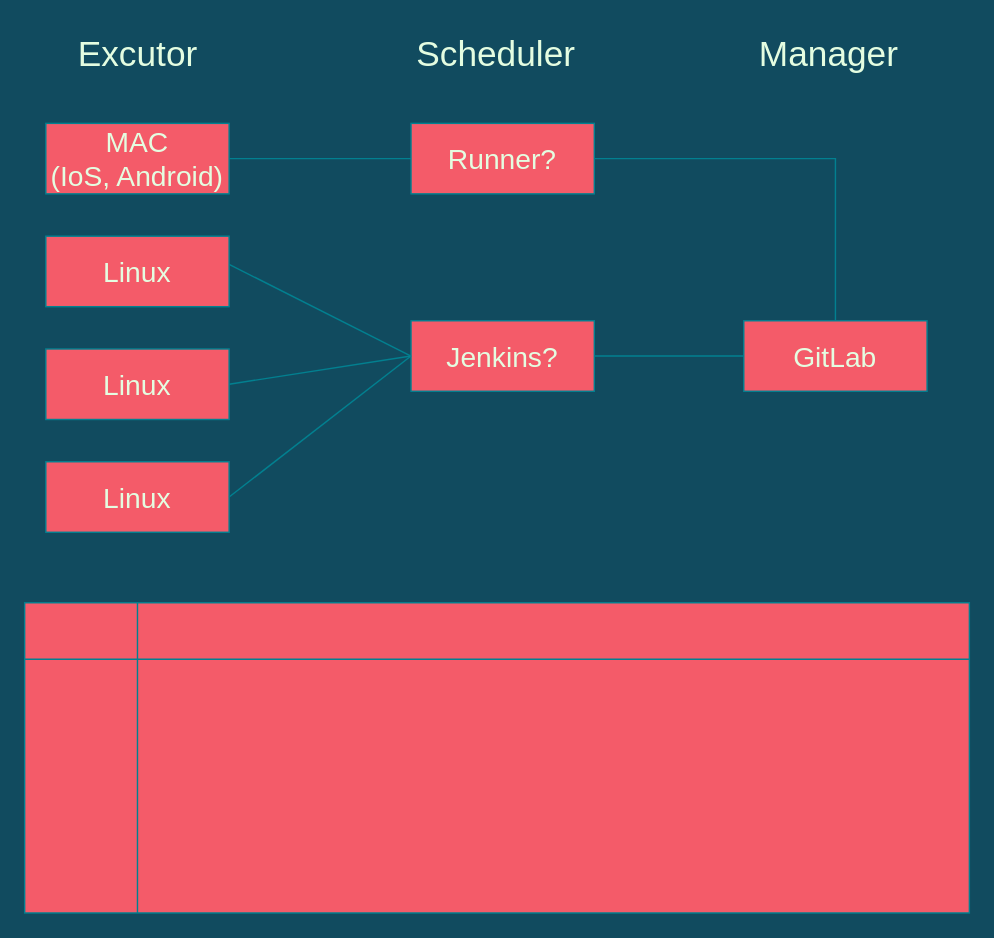
Above: 제목 없는 다이어그램.drawio in SeongminJeong/draw (draw.io), before the change. Source tidied: cells renumbered, new cells numbered last; positions are measured from the earlier drawing's top-left corner, leaving out a move shared by most shapes. Both pictures are drawn from the tidied source at 141%, with x=0, y=0 at pixel (24, 24).
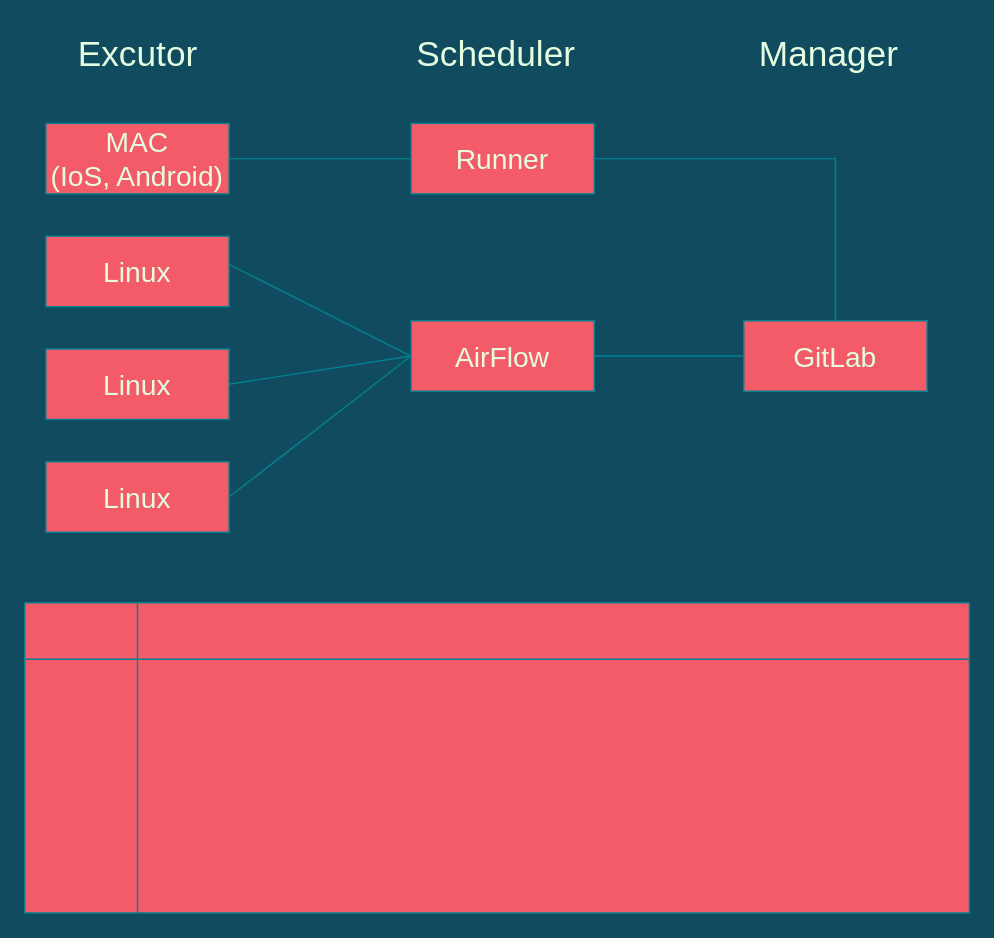
Above is the later version.

Commit message:
제목 없는 다이어그램.drawio 업데이트

What changed in the source:
```diff
@@
-    <mxCell id="8" value="Jenkins?&lt;br&gt;" style="rounded=0;whiteSpace=wrap;html=1;fontSize=20;fillColor=#F45B69;strokeColor=#028090;fontColor=#E4FDE1;" parent="1" vertex="1">
+    <mxCell id="8" value="AirFlow" style="rounded=0;whiteSpace=wrap;html=1;fontSize=20;fillColor=#F45B69;strokeColor=#028090;fontColor=#E4FDE1;" parent="1" vertex="1">
       <mxGeometry x="274" y="210" width="130" height="50" as="geometry" />
     </mxCell>
@@
-    <mxCell id="17" value="Runner?" style="rounded=0;whiteSpace=wrap;html=1;fontSize=20;fillColor=#F45B69;strokeColor=#028090;fontColor=#E4FDE1;" parent="1" vertex="1">
+    <mxCell id="17" value="Runner" style="rounded=0;whiteSpace=wrap;html=1;fontSize=20;fillColor=#F45B69;strokeColor=#028090;fontColor=#E4FDE1;" parent="1" vertex="1">
       <mxGeometry x="274" y="70" width="130" height="50" as="geometry" />
     </mxCell>
```
